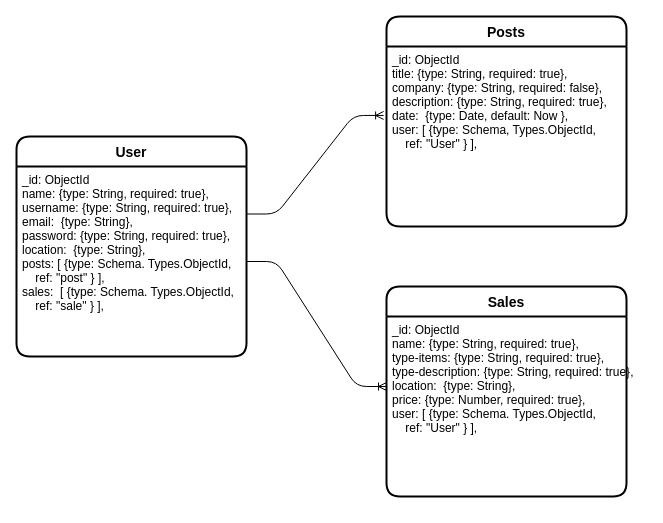
Above: erd/erd.drawio in matthew-f-bell/project-2-reverse-engineering (draw.io), before the change. Source tidied: cells renumbered, new cells numbered last; positions are measured from the earlier drawing's top-left corner, leaving out a move shared by most shapes. Both pictures are drawn from the tidied source at 100%, with x=0, y=0 at pixel (16, 16).
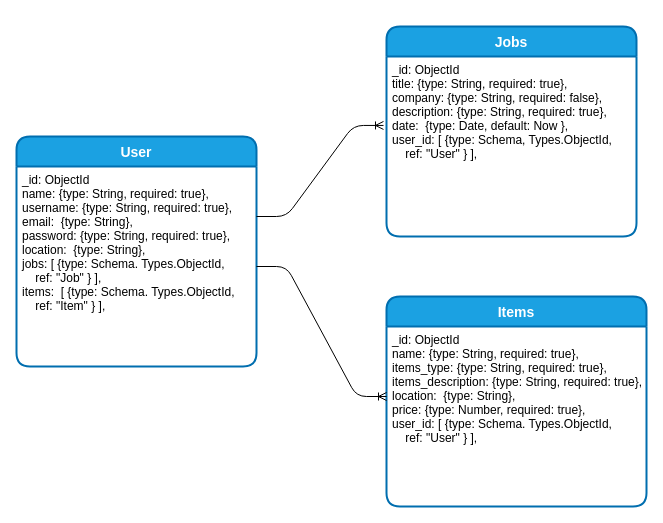
The same page after the edit.

The edit, as a diff of the source:
```diff
@@
 <mxGraphModel>
   <root>
     <mxCell id="0" />
     <mxCell id="1" parent="0" />
-    <mxCell id="2" value="Sales" style="swimlane;horizontal=1;startSize=30;rounded=1;fontSize=14;fontStyle=1;strokeWidth=2;shadow=0;dashed=0;align=center;labelBackgroundColor=none;" parent="1" vertex="1">
-      <mxGeometry x="370" y="270" width="240" height="210" as="geometry" />
-    </mxCell>
-    <mxCell id="3" value="_id: ObjectId&#10;name: {type: String, required: true},&#10;type-items: {type: String, required: true},&#10;type-description: {type: String, required: true},&#10;location:  {type: String},&#10;price: {type: Number, required: true},&#10;user: [ {type: Schema. Types.ObjectId,&#10;    ref: &quot;User&quot; } ]," style="align=left;strokeColor=none;fillColor=none;spacingLeft=4;fontSize=12;verticalAlign=top;rounded=1;" parent="2" vertex="1">
-      <mxGeometry y="30" width="240" height="180" as="geometry" />
-    </mxCell>
+    <mxCell id="10" value="Items" style="swimlane;horizontal=1;startSize=30;rounded=1;fontSize=14;fontStyle=1;strokeWidth=2;shadow=0;dashed=0;align=center;labelBackgroundColor=none;fillColor=#1ba1e2;strokeColor=#006EAF;fontColor=#ffffff;" parent="1" vertex="1">
+      <mxGeometry x="370" y="280" width="260" height="210" as="geometry" />
+    </mxCell>
+    <mxCell id="11" value="_id: ObjectId&#10;name: {type: String, required: true},&#10;items_type: {type: String, required: true},&#10;items_description: {type: String, required: true},&#10;location:  {type: String},&#10;price: {type: Number, required: true},&#10;user_id: [ {type: Schema. Types.ObjectId,&#10;    ref: &quot;User&quot; } ]," style="align=left;strokeColor=none;fillColor=none;spacingLeft=4;fontSize=12;verticalAlign=top;rounded=1;" parent="10" vertex="1">
+      <mxGeometry y="30" width="260" height="180" as="geometry" />
+    </mxCell>
-    <mxCell id="4" value="User" style="swimlane;horizontal=1;startSize=30;rounded=1;fontSize=14;fontStyle=1;strokeWidth=2;shadow=0;dashed=0;align=center;" parent="1" vertex="1">
-      <mxGeometry y="120" width="230" height="220" as="geometry" />
+    <mxCell id="4" value="User" style="swimlane;horizontal=1;startSize=30;rounded=1;fontSize=14;fontStyle=1;strokeWidth=2;shadow=0;dashed=0;align=center;fillColor=#1ba1e2;strokeColor=#006EAF;sketch=0;glass=0;fontColor=#ffffff;" parent="1" vertex="1">
+      <mxGeometry y="120" width="240" height="230" as="geometry" />
     </mxCell>
-    <mxCell id="5" value="_id: ObjectId&#10;name: {type: String, required: true},&#10;username: {type: String, required: true},&#10;email:  {type: String},&#10;password: {type: String, required: true},&#10;location:  {type: String},&#10;posts: [ {type: Schema. Types.ObjectId, &#10;    ref: &quot;post&quot; } ],&#10;sales:  [ {type: Schema. Types.ObjectId,&#10;    ref: &quot;sale&quot; } ],&#10;" style="align=left;strokeColor=none;fillColor=none;spacingLeft=4;fontSize=12;verticalAlign=top;rounded=1;" parent="4" vertex="1">
-      <mxGeometry y="30" width="230" height="190" as="geometry" />
-    </mxCell>
-    <mxCell id="6" style="edgeStyle=entityRelationEdgeStyle;fontSize=12;html=1;endArrow=ERoneToMany;rounded=1;entryX=-0.012;entryY=0.383;entryDx=0;entryDy=0;exitX=1;exitY=0.25;exitDx=0;exitDy=0;entryPerimeter=0;" parent="1" edge="1" source="5" target="9">
-      <mxGeometry relative="1" as="geometry" />
-    </mxCell>
-    <mxCell id="7" style="edgeStyle=entityRelationEdgeStyle;fontSize=12;html=1;endArrow=ERoneToMany;rounded=1;exitX=1;exitY=0.5;exitDx=0;exitDy=0;" parent="1" edge="1" source="5">
-      <mxGeometry relative="1" as="geometry">
-        <mxPoint x="370" y="370" as="targetPoint" />
-      </mxGeometry>
-    </mxCell>
-    <mxCell id="8" value="Posts" style="swimlane;horizontal=1;startSize=30;rounded=1;fontSize=14;fontStyle=1;strokeWidth=2;shadow=0;dashed=0;align=center;" parent="1" vertex="1">
-      <mxGeometry x="370" width="240" height="210" as="geometry" />
-    </mxCell>
-    <mxCell id="9" value="_id: ObjectId&#10;title: {type: String, required: true},&#10;company: {type: String, required: false},&#10;description: {type: String, required: true},&#10;date:  {type: Date, default: Now },&#10;user: [ {type: Schema, Types.ObjectId, &#10;    ref: &quot;User&quot; } ],&#10;" style="align=left;strokeColor=none;fillColor=none;spacingLeft=4;fontSize=12;verticalAlign=top;rounded=1;" parent="8" vertex="1">
-      <mxGeometry y="30" width="240" height="180" as="geometry" />
-    </mxCell>
+    <mxCell id="12" value="_id: ObjectId&#10;name: {type: String, required: true},&#10;username: {type: String, required: true},&#10;email:  {type: String},&#10;password: {type: String, required: true},&#10;location:  {type: String},&#10;jobs: [ {type: Schema. Types.ObjectId, &#10;    ref: &quot;Job&quot; } ],&#10;items:  [ {type: Schema. Types.ObjectId,&#10;    ref: &quot;Item&quot; } ],&#10;" style="align=left;strokeColor=none;fillColor=none;spacingLeft=4;fontSize=12;verticalAlign=top;rounded=1;" parent="4" vertex="1">
+      <mxGeometry y="30" width="240" height="200" as="geometry" />
+    </mxCell>
+    <mxCell id="13" style="edgeStyle=entityRelationEdgeStyle;fontSize=12;html=1;endArrow=ERoneToMany;rounded=1;entryX=-0.012;entryY=0.383;entryDx=0;entryDy=0;exitX=1;exitY=0.25;exitDx=0;exitDy=0;entryPerimeter=0;" parent="1" edge="1" source="12" target="16">
+      <mxGeometry relative="1" as="geometry" />
+    </mxCell>
+    <mxCell id="14" style="edgeStyle=entityRelationEdgeStyle;fontSize=12;html=1;endArrow=ERoneToMany;rounded=1;exitX=1;exitY=0.5;exitDx=0;exitDy=0;" parent="1" edge="1" source="12">
+      <mxGeometry relative="1" as="geometry">
+        <mxPoint x="370" y="380" as="targetPoint" />
+      </mxGeometry>
+    </mxCell>
+    <mxCell id="15" value="Jobs" style="swimlane;horizontal=1;startSize=30;rounded=1;fontSize=14;fontStyle=1;strokeWidth=2;shadow=0;dashed=0;align=center;fillColor=#1ba1e2;strokeColor=#006EAF;glass=0;fontColor=#ffffff;" parent="1" vertex="1">
+      <mxGeometry x="370" y="10" width="250" height="210" as="geometry" />
+    </mxCell>
+    <mxCell id="16" value="_id: ObjectId&#10;title: {type: String, required: true},&#10;company: {type: String, required: false},&#10;description: {type: String, required: true},&#10;date:  {type: Date, default: Now },&#10;user_id: [ {type: Schema, Types.ObjectId, &#10;    ref: &quot;User&quot; } ],&#10;" style="align=left;strokeColor=none;fillColor=none;spacingLeft=4;fontSize=12;verticalAlign=top;rounded=1;" parent="15" vertex="1">
+      <mxGeometry y="30" width="250" height="180" as="geometry" />
+    </mxCell>
   </root>
 </mxGraphModel>
```
